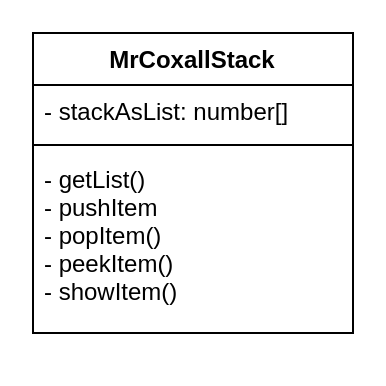
Earlier version of the draw.io diagram design.classDiagram.drawio (Yiyun-Qin/ics4u-unit2-04-typescript). Source tidied: cells renumbered, new cells numbered last; positions are measured from the earlier drawing's top-left corner, leaving out a move shared by most shapes. Both pictures are drawn from the tidied source at 200%, with x=0, y=0 at pixel (32, 32).
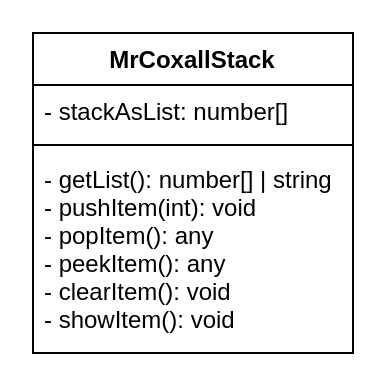
The same diagram, later.

Commit message (it also covers changes not shown here):
class diagram

Diff of the diagram source:
```diff
@@
 <mxGraphModel>
   <root>
     <mxCell id="0" />
     <mxCell id="1" parent="0" />
     <mxCell id="2" value="MrCoxallStack" style="swimlane;fontStyle=1;align=center;verticalAlign=top;horizontal=1;startSize=26;" parent="1" vertex="1">
-      <mxGeometry width="160" height="150" as="geometry" />
+      <mxGeometry width="160" height="160" as="geometry" />
     </mxCell>
     <mxCell id="3" value="- stackAsList: number[]" style="text;strokeColor=none;fillColor=none;align=left;verticalAlign=top;spacingLeft=4;spacingRight=4;overflow=hidden;" parent="2" vertex="1">
       <mxGeometry y="26" width="160" height="26" as="geometry" />
     </mxCell>
     <mxCell id="4" style="line;strokeWidth=1;fillColor=none;align=left;verticalAlign=middle;spacingTop=-1;spacingLeft=3;spacingRight=3;labelPosition=right;" parent="2" vertex="1">
       <mxGeometry y="52" width="160" height="8" as="geometry" />
     </mxCell>
-    <mxCell id="5" value="- getList()&#10;- pushItem&#10;- popItem()&#10;- peekItem()&#10;- showItem() " style="text;strokeColor=none;fillColor=none;align=left;verticalAlign=top;spacingLeft=4;spacingRight=4;overflow=hidden;" parent="2" vertex="1">
-      <mxGeometry y="60" width="160" height="90" as="geometry" />
+    <mxCell id="5" value="- getList(): number[] | string&#10;- pushItem(int): void&#10;- popItem(): any&#10;- peekItem(): any&#10;- clearItem(): void&#10;- showItem(): void" style="text;strokeColor=none;fillColor=none;align=left;verticalAlign=top;spacingLeft=4;spacingRight=4;overflow=hidden;" parent="2" vertex="1">
+      <mxGeometry y="60" width="160" height="100" as="geometry" />
     </mxCell>
   </root>
 </mxGraphModel>
```
